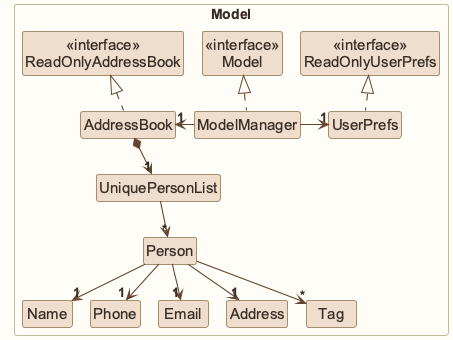
Above: docs/images/ModelClassDiagram.png in AY2627S1-CS2103T-W12-1/tp (PlantUML), before the change.
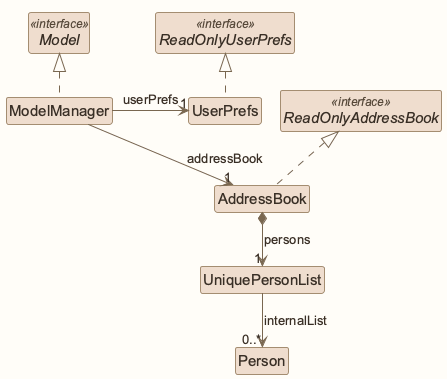
After the change.

The edit, as a diff of the source:
```diff
@@ -1,42 +1,23 @@
 @startuml
 !pragma layout smetana
 !include style.puml
-skinparam arrowThickness 1.1
-skinparam arrowColor MODEL_COLOR_T4
+skinparam ArrowFontStyle plain
 skinparam classBackgroundColor MODEL_COLOR
-skinparam nodesep 30
+skinparam nodesep 35
 skinparam ranksep 40
-
-package Model as ModelPackage <<Rectangle>> {
-class "<<interface>>\nModel" as Model
-class "<<interface>>\nReadOnlyAddressBook" as ReadOnlyAddressBook
-class "<<interface>>\nReadOnlyUserPrefs" as ReadOnlyUserPrefs
+interface Model <<interface>>
+interface ReadOnlyAddressBook <<interface>>
+interface ReadOnlyUserPrefs <<interface>>
 class ModelManager
 class AddressBook
 class UserPrefs
 class UniquePersonList
 class Person
-class Name
-class Phone
-class Email
-class Address
-class Tag
-}
-
 ModelManager .up.|> Model
 AddressBook .up.|> ReadOnlyAddressBook
 UserPrefs .up.|> ReadOnlyUserPrefs
-ModelManager -left-> "1" AddressBook
-ModelManager -right-> "1" UserPrefs
-AddressBook *-down-> "1" UniquePersonList
-UniquePersonList -down-> "*" Person
-Person -down-> "1" Name
-Person -down-> "1" Phone
-Person -down-> "1" Email
-Person -down-> "1" Address
-Person -down-> "*" Tag
-Name -[hidden]right-> Phone
-Phone -[hidden]right-> Email
-Email -[hidden]right-> Address
-Address -[hidden]right-> Tag
+ModelManager -down-> "1" AddressBook : addressBook
+ModelManager -right-> "1" UserPrefs : userPrefs
+AddressBook *-down-> "1" UniquePersonList : persons
+UniquePersonList -down-> "0..*" Person : internalList
 @enduml
```
